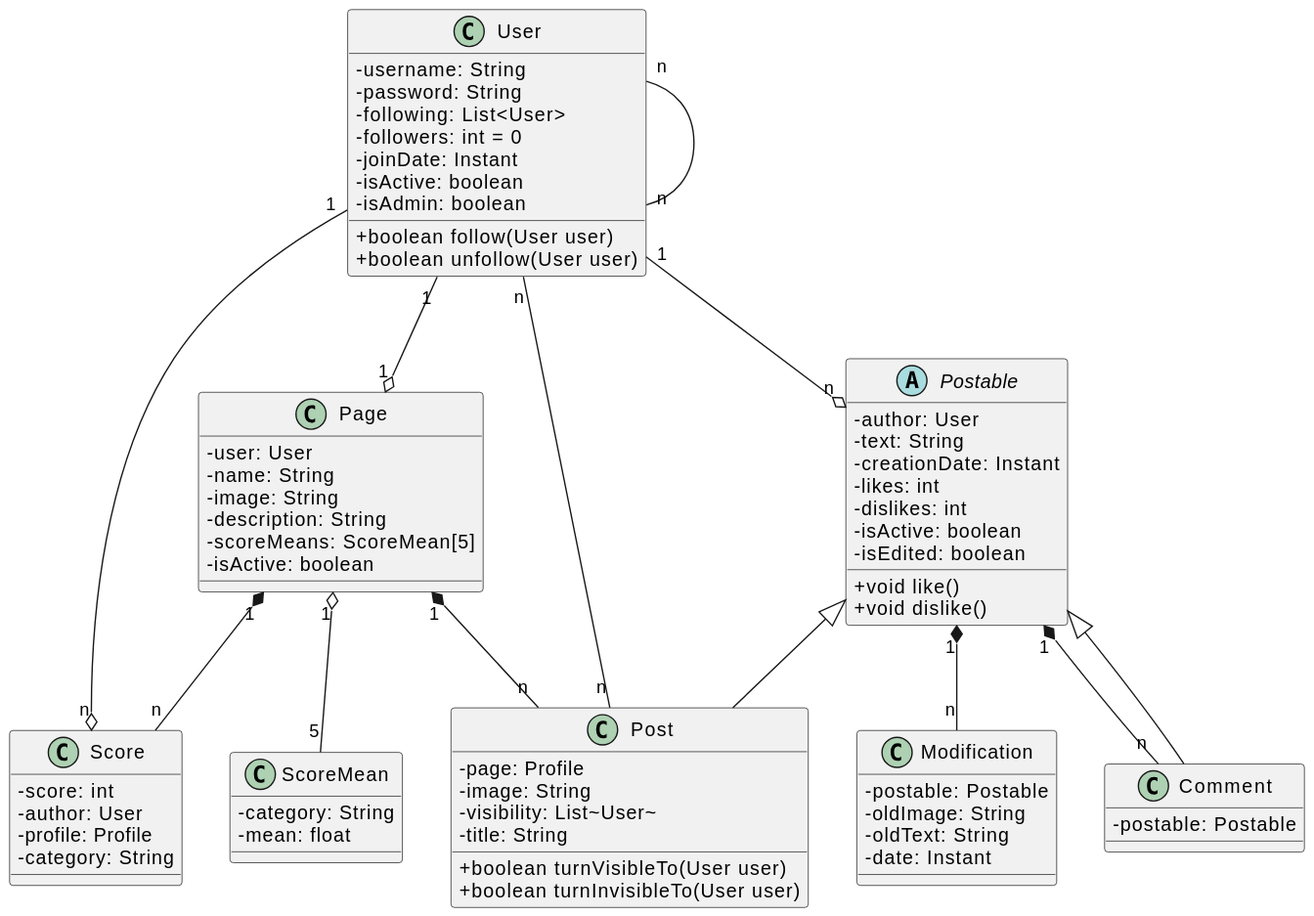
jlvlg/Pentagon keeps this PlantUML diagram as back/bin/diagrams/classes.svg. Above is the earlier version. Source of this version:
```plantuml
@startuml classes
    skinparam classAttributeIconSize 0
    class User {
        -username: String
        -password: String
        -following: List<User>
        -followers: int = 0
        -joinDate: Instant
        -isActive: boolean
        -isAdmin: boolean
        +boolean follow(User user)
        +boolean unfollow(User user)
    }
    class Page {
        -user: User
        -name: String
        -image: String
        -description: String
        -scoreMeans: ScoreMean[5]
        -isActive: boolean
    }
    abstract class Postable {
        -author: User
        -text: String
        -creationDate: Instant
        -likes: int
        -dislikes: int
        -isActive: boolean
        -isEdited: boolean
        +void like()
        +void dislike()
    }
    class Post {
        -page: Profile
        -image: String
        -visibility: List~User~
        -title: String
        +boolean turnVisibleTo(User user)
        +boolean turnInvisibleTo(User user)
    }
    class Comment {
        -postable: Postable
    }
    class Modification {
        -postable: Postable
        -oldImage: String
        -oldText: String
        -date: Instant
    }
    class Score {
        -score: int
        -author: User
        -profile: Profile
        -category: String
    }
    class ScoreMean {
        -category: String
        -mean: float
    }
    User "n" -- "n" User
    User "1" --o "n" Postable
    User "1" --o "n" Score
    User "n" -- "n" Post
    User "1" --o "1" Page
    Page "1" *-- "n" Post
    Page "1" *-- "n" Score
    Page "1" o-- "5" ScoreMean
    Postable "1" *-- "n" Modification
    Postable "1" *-- "n" Comment
    Postable <|-- Post
    Postable <|-- Comment
@enduml
```
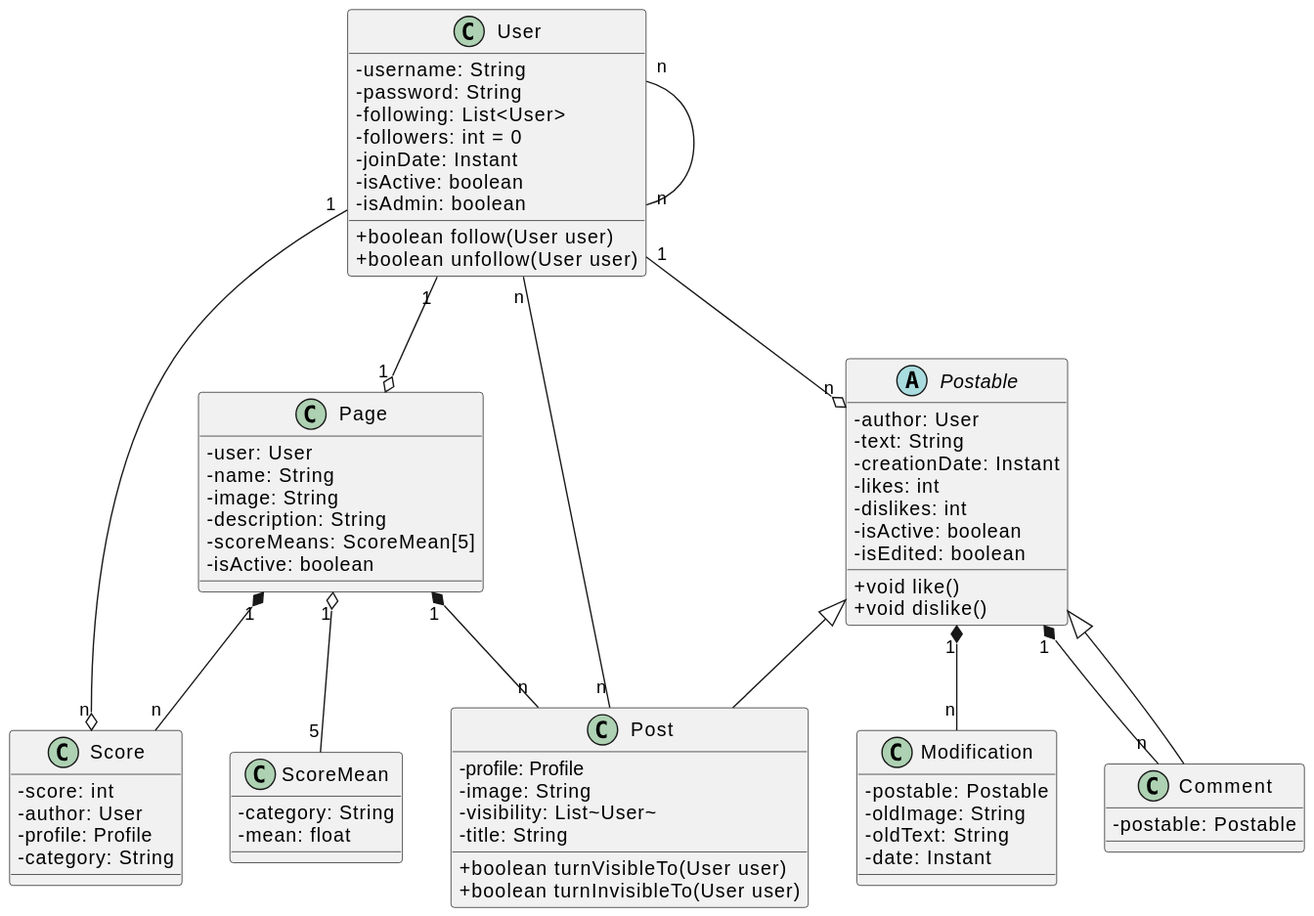
After the change.

The edit, as a diff of the source:
```diff
@@ -31,7 +31,7 @@
         +void dislike()
     }
     class Post {
-        -page: Profile
+        -profile: Profile
         -image: String
         -visibility: List~User~
         -title: String
```
